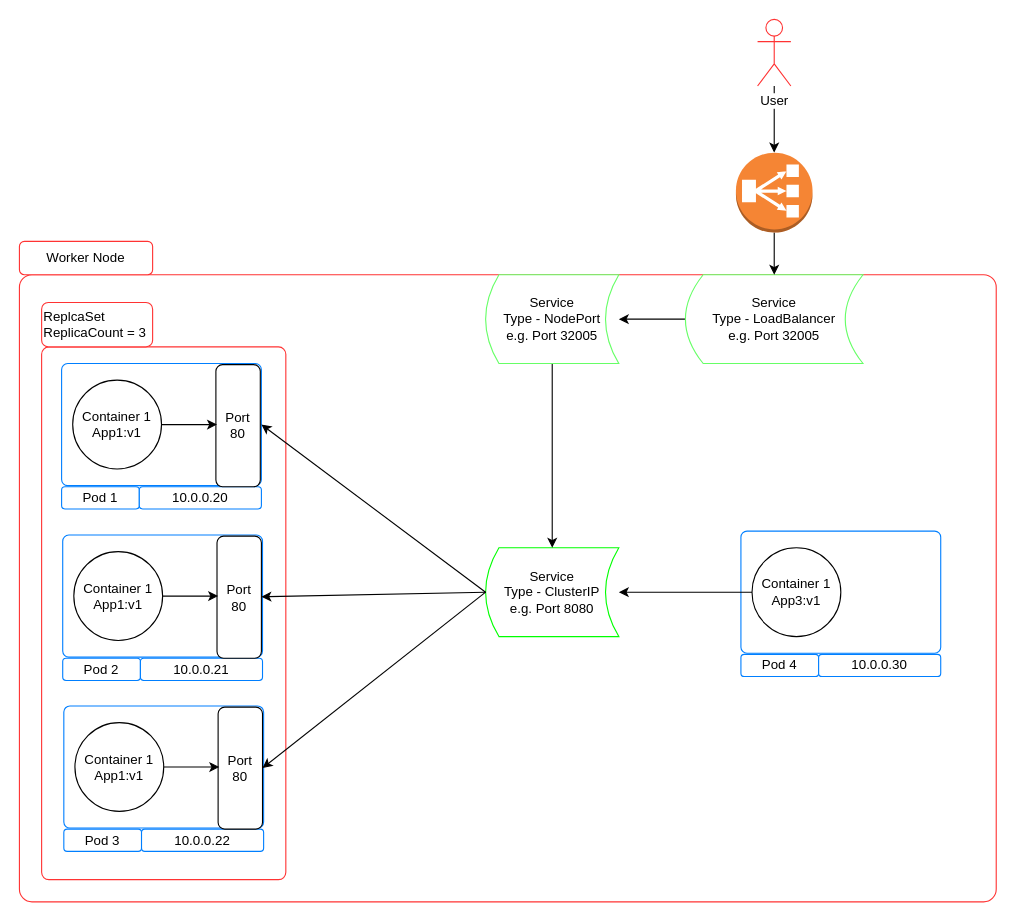
Earlier version of the draw.io diagram page "Service-3" (12 of 13) of pod.drawio (prabhatsharma/draw.io). Source tidied: cells renumbered, new cells numbered last; positions are measured from the earlier drawing's top-left corner, leaving out a move shared by most shapes. Both pictures are drawn from the tidied source at 111%, with x=0, y=0 at pixel (19, 19).
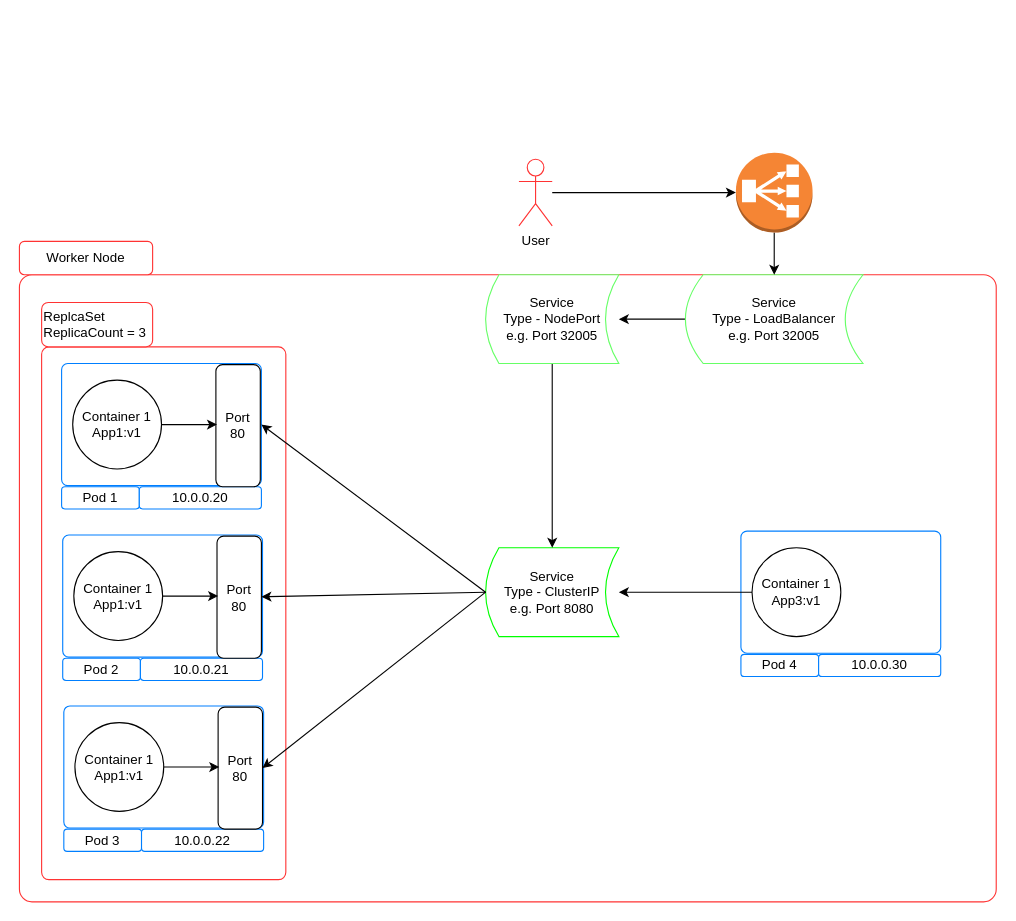
After the change.

The change refers to these unchanged cells:
```xml
<mxCell id="46" style="outlineConnect=0;dashed=0;verticalLabelPosition=bottom;verticalAlign=top;align=center;html=1;shape=mxgraph.aws3.classic_load_balancer;fillColor=#F58534;gradientColor=none;strokeColor=#FF3333;" parent="1" vertex="1">
  <mxGeometry x="645.5" y="120" width="69" height="72" as="geometry" />
</mxCell>
```

What changed in the source:
```diff
@@
-    <mxCell id="41" style="edgeStyle=orthogonalEdgeStyle;rounded=0;jettySize=auto;html=1;entryX=0.5;entryY=0;entryDx=0;entryDy=0;entryPerimeter=0;" parent="1" edge="1" source="42" target="46">
+    <mxCell id="41" style="edgeStyle=orthogonalEdgeStyle;rounded=0;jettySize=auto;html=1;entryX=0;entryY=0.5;entryDx=0;entryDy=0;entryPerimeter=0;" parent="1" edge="1" source="42" target="46">
       <mxGeometry relative="1" as="geometry" />
     </mxCell>
     <mxCell id="42" value="User" style="shape=umlActor;verticalLabelPosition=bottom;labelBackgroundColor=#ffffff;verticalAlign=top;html=1;outlineConnect=0;strokeColor=#FF3333;" parent="1" vertex="1">
-      <mxGeometry x="665" width="30" height="60" as="geometry" />
+      <mxGeometry x="450" y="126" width="30" height="60" as="geometry" />
     </mxCell>
```
